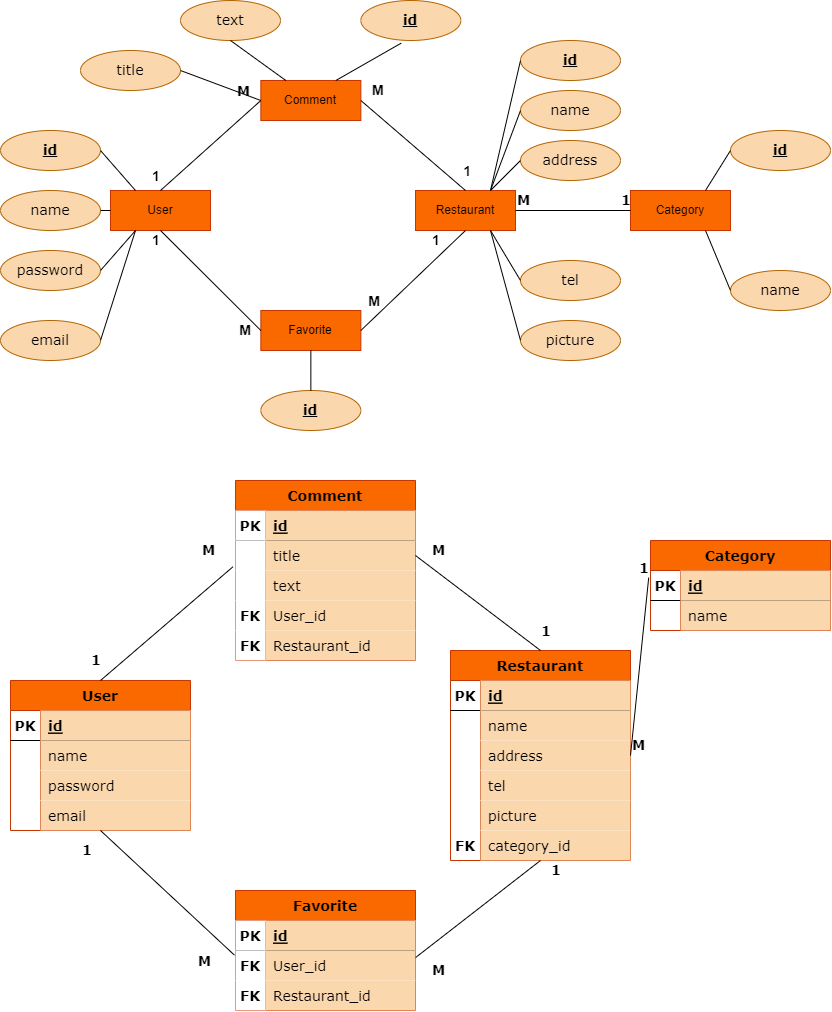
zephyrlin33/picture keeps this draw.io diagram as ERD餐廳論壇.png. Above is the earlier version. Source tidied: cells renumbered, new cells last; positions are measured from the earlier drawing's top-left corner, leaving out a move shared by most shapes.
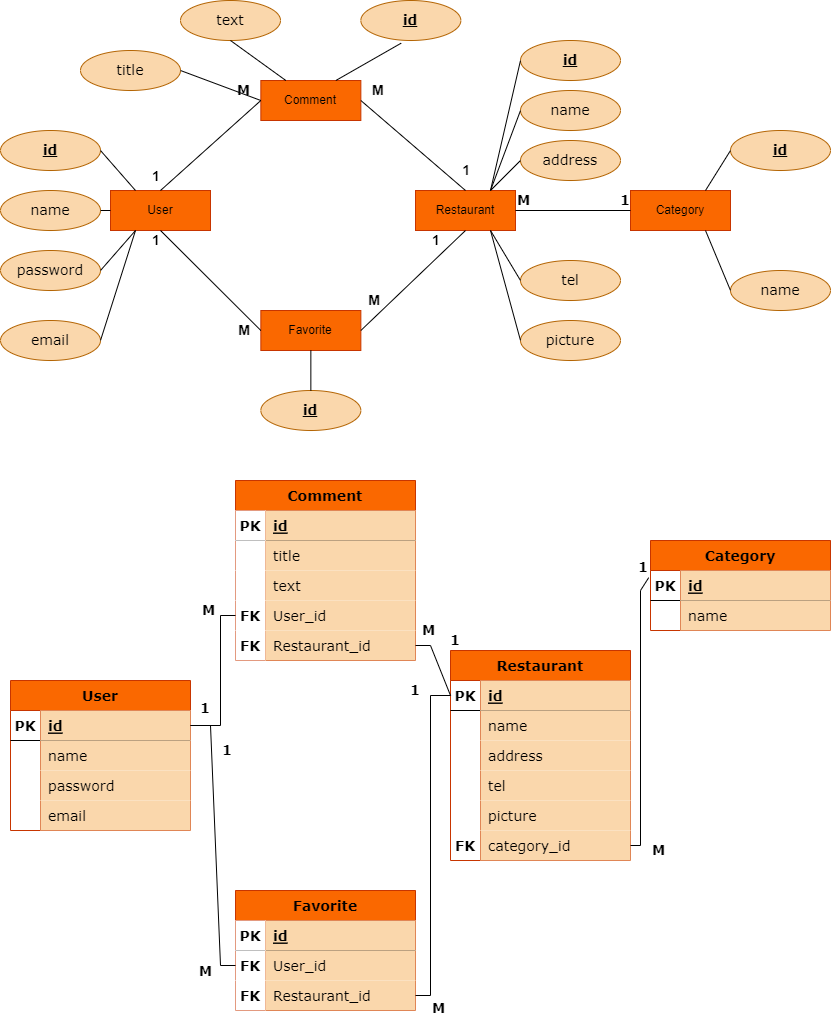
After the change.

Commit message:
更新ERD餐廳論壇.png

What changed in the source:
```diff
@@ -363,12 +363,17 @@
     <mxCell id="116" value="name" style="shape=partialRectangle;fillColor=#fad7ac;top=0;left=0;bottom=0;right=0;align=left;spacingLeft=6;overflow=hidden;fontFamily=Verdana;fontSize=14;strokeColor=#b46504;" parent="114" vertex="1">
       <mxGeometry x="30" width="150" height="30" as="geometry" />
     </mxCell>
-    <mxCell id="117" style="endArrow=none;html=1;rounded=0;fontFamily=Verdana;fontSize=14;exitX=0.5;exitY=1;exitDx=0;exitDy=0;entryX=-0.006;entryY=1.154;entryDx=0;entryDy=0;entryPerimeter=0;" parent="1" edge="1" source="52" target="82">
-      <mxGeometry relative="1" as="geometry" />
+    <mxCell id="117" style="endArrow=none;html=1;rounded=0;fontFamily=Verdana;fontSize=14;exitX=1;exitY=0.5;exitDx=0;exitDy=0;entryX=0;entryY=0.5;entryDx=0;entryDy=0;" parent="1" edge="1" source="53" target="85">
+      <mxGeometry relative="1" as="geometry">
+        <Array as="points">
+          <mxPoint x="210" y="725" />
+          <mxPoint x="220" y="965" />
+        </Array>
+      </mxGeometry>
     </mxCell>
     <mxCell id="118" value="1" style="html=1;align=left;verticalAlign=bottom;fontFamily=Verdana;fontSize=14;fontStyle=1;" parent="117" vertex="1">
       <mxGeometry x="-1" relative="1" as="geometry">
-        <mxPoint x="-20" y="30" as="offset" />
+        <mxPoint x="30" y="35" as="offset" />
       </mxGeometry>
     </mxCell>
     <mxCell id="119" value="M" style="html=1;align=right;verticalAlign=bottom;fontFamily=Verdana;fontSize=14;fontStyle=1;" parent="117" vertex="1">
@@ -376,34 +381,48 @@
         <mxPoint x="-23" y="16" as="offset" />
       </mxGeometry>
     </mxCell>
-    <mxCell id="120" style="endArrow=none;html=1;rounded=0;fontFamily=Verdana;fontSize=14;exitX=0.5;exitY=0;exitDx=0;exitDy=0;entryX=-0.015;entryY=-0.12;entryDx=0;entryDy=0;entryPerimeter=0;" parent="1" edge="1" source="52" target="72">
-      <mxGeometry relative="1" as="geometry" />
+    <mxCell id="120" style="endArrow=none;html=1;rounded=0;fontFamily=Verdana;fontSize=14;exitX=1;exitY=0.5;exitDx=0;exitDy=0;entryX=0;entryY=0.75;entryDx=0;entryDy=0;" parent="1" edge="1" source="53" target="65">
+      <mxGeometry relative="1" as="geometry">
+        <Array as="points">
+          <mxPoint x="220" y="725" />
+          <mxPoint x="220" y="615" />
+        </Array>
+      </mxGeometry>
     </mxCell>
     <mxCell id="121" value="M" style="html=1;align=left;verticalAlign=bottom;fontFamily=Verdana;fontSize=14;fontStyle=1;" parent="120" vertex="1">
       <mxGeometry x="-1" relative="1" as="geometry">
-        <mxPoint x="100" y="-120" as="offset" />
+        <mxPoint x="10" y="-105" as="offset" />
       </mxGeometry>
     </mxCell>
     <mxCell id="122" value="1" style="html=1;align=right;verticalAlign=bottom;fontFamily=Verdana;fontSize=14;fontStyle=1;" parent="120" vertex="1">
       <mxGeometry x="1" relative="1" as="geometry">
-        <mxPoint x="-132" y="103" as="offset" />
+        <mxPoint x="-25" y="103" as="offset" />
       </mxGeometry>
     </mxCell>
-    <mxCell id="123" style="endArrow=none;html=1;rounded=0;fontFamily=Verdana;fontSize=14;exitX=1;exitY=0.5;exitDx=0;exitDy=0;entryX=0.5;entryY=0;entryDx=0;entryDy=0;" parent="1" edge="1" source="69" target="91">
-      <mxGeometry relative="1" as="geometry" />
+    <mxCell id="123" style="endArrow=none;html=1;rounded=0;fontFamily=Verdana;fontSize=14;exitX=1;exitY=0.5;exitDx=0;exitDy=0;entryX=0;entryY=0.5;entryDx=0;entryDy=0;" parent="1" edge="1" source="78" target="92">
+      <mxGeometry relative="1" as="geometry">
+        <Array as="points">
+          <mxPoint x="430" y="645" />
+        </Array>
+      </mxGeometry>
     </mxCell>
     <mxCell id="124" value="M" style="html=1;align=left;verticalAlign=bottom;fontFamily=Verdana;fontSize=14;fontStyle=1;" parent="123" vertex="1">
       <mxGeometry x="-1" relative="1" as="geometry">
-        <mxPoint x="15" y="5" as="offset" />
+        <mxPoint x="5" y="-5" as="offset" />
       </mxGeometry>
     </mxCell>
     <mxCell id="125" value="1" style="html=1;align=right;verticalAlign=bottom;fontFamily=Verdana;fontSize=14;fontStyle=1;" parent="123" vertex="1">
       <mxGeometry x="1" relative="1" as="geometry">
-        <mxPoint x="10" y="-10" as="offset" />
+        <mxPoint x="10" y="-45" as="offset" />
       </mxGeometry>
     </mxCell>
-    <mxCell id="126" style="endArrow=none;html=1;rounded=0;fontFamily=Verdana;fontSize=14;exitX=1.001;exitY=0.233;exitDx=0;exitDy=0;exitPerimeter=0;entryX=0.5;entryY=1;entryDx=0;entryDy=0;" parent="1" edge="1" source="85" target="91">
-      <mxGeometry relative="1" as="geometry" />
+    <mxCell id="126" style="endArrow=none;html=1;rounded=0;fontFamily=Verdana;fontSize=14;exitX=1;exitY=0.5;exitDx=0;exitDy=0;entryX=0;entryY=0.5;entryDx=0;entryDy=0;" parent="1" edge="1" source="88" target="92">
+      <mxGeometry relative="1" as="geometry">
+        <Array as="points">
+          <mxPoint x="430" y="995" />
+          <mxPoint x="430" y="695" />
+        </Array>
+      </mxGeometry>
     </mxCell>
     <mxCell id="127" value="M" style="html=1;align=left;verticalAlign=bottom;fontFamily=Verdana;fontSize=14;fontStyle=1;" parent="126" vertex="1">
       <mxGeometry x="-1" relative="1" as="geometry">
@@ -412,14 +431,21 @@
     </mxCell>
     <mxCell id="128" value="1" style="html=1;align=right;verticalAlign=bottom;fontFamily=Verdana;fontSize=14;fontStyle=1;" parent="126" vertex="1">
       <mxGeometry x="1" relative="1" as="geometry">
-        <mxPoint x="20" y="20" as="offset" />
+        <mxPoint x="-30" y="5" as="offset" />
       </mxGeometry>
     </mxCell>
-    <mxCell id="129" style="endArrow=none;html=1;rounded=0;fontFamily=Verdana;fontSize=14;entryX=-0.01;entryY=0.239;entryDx=0;entryDy=0;entryPerimeter=0;exitX=1;exitY=0.5;exitDx=0;exitDy=0;" parent="1" edge="1" source="98" target="111">
-      <mxGeometry relative="1" as="geometry" />
+    <mxCell id="129" style="endArrow=none;html=1;rounded=0;fontFamily=Verdana;fontSize=14;entryX=-0.01;entryY=0.239;entryDx=0;entryDy=0;entryPerimeter=0;exitX=1;exitY=0.5;exitDx=0;exitDy=0;" parent="1" edge="1" source="107" target="111">
+      <mxGeometry relative="1" as="geometry">
+        <Array as="points">
+          <mxPoint x="640" y="845" />
+          <mxPoint x="640" y="590" />
+        </Array>
+      </mxGeometry>
     </mxCell>
     <mxCell id="130" value="M" style="html=1;align=left;verticalAlign=bottom;fontFamily=Verdana;fontSize=14;fontStyle=1;" parent="129" vertex="1">
-      <mxGeometry x="-1" relative="1" as="geometry" />
+      <mxGeometry x="-1" relative="1" as="geometry">
+        <mxPoint x="20" y="15" as="offset" />
+      </mxGeometry>
     </mxCell>
     <mxCell id="131" value="1" style="html=1;align=right;verticalAlign=bottom;fontFamily=Verdana;fontSize=14;fontStyle=1;" parent="129" vertex="1">
       <mxGeometry x="1" relative="1" as="geometry" />
```
